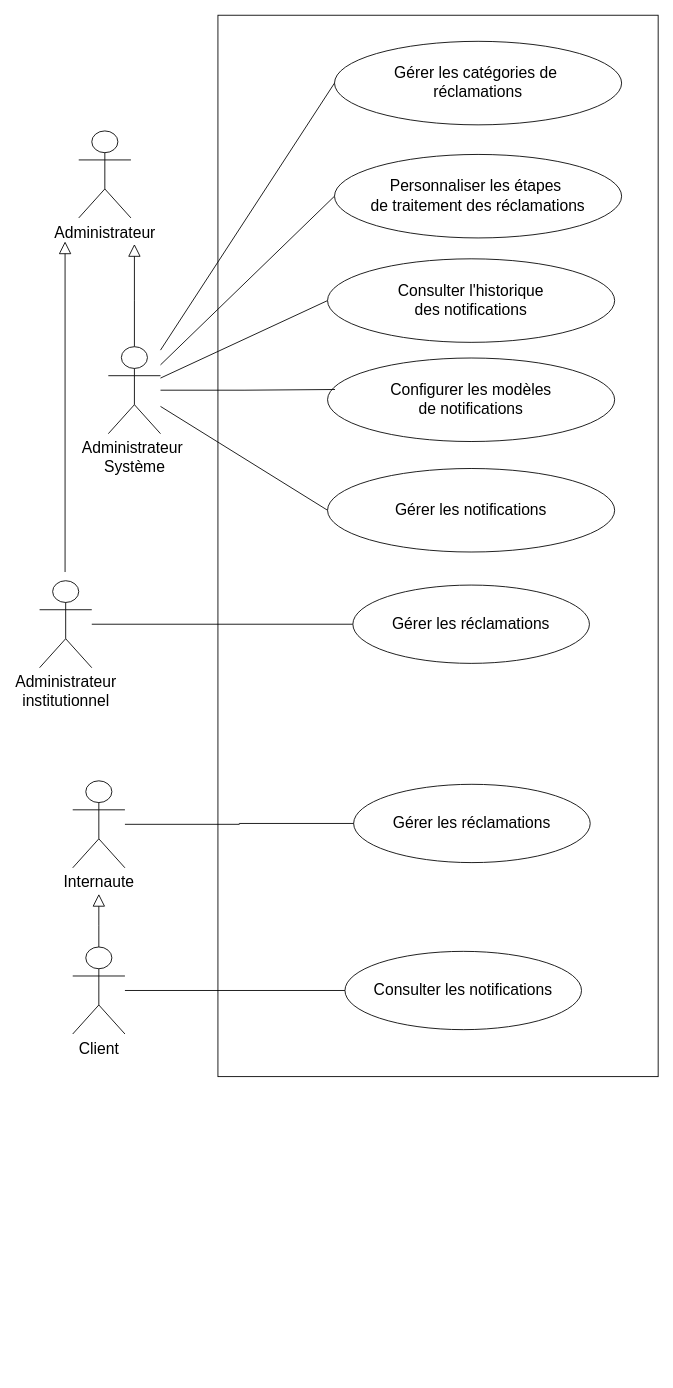
Before: diagramme/sprint4/cas-utilisation-sprint4.drawio in salmaelheni/pfe-salma-ingenieur-rapport, a draw.io diagram. Source tidied: cells renumbered, new cells numbered last; positions are measured from the earlier drawing's top-left corner, leaving out a move shared by most shapes. Both pictures are drawn from the tidied source at 87%, with x=0, y=0 at pixel (39, 15).
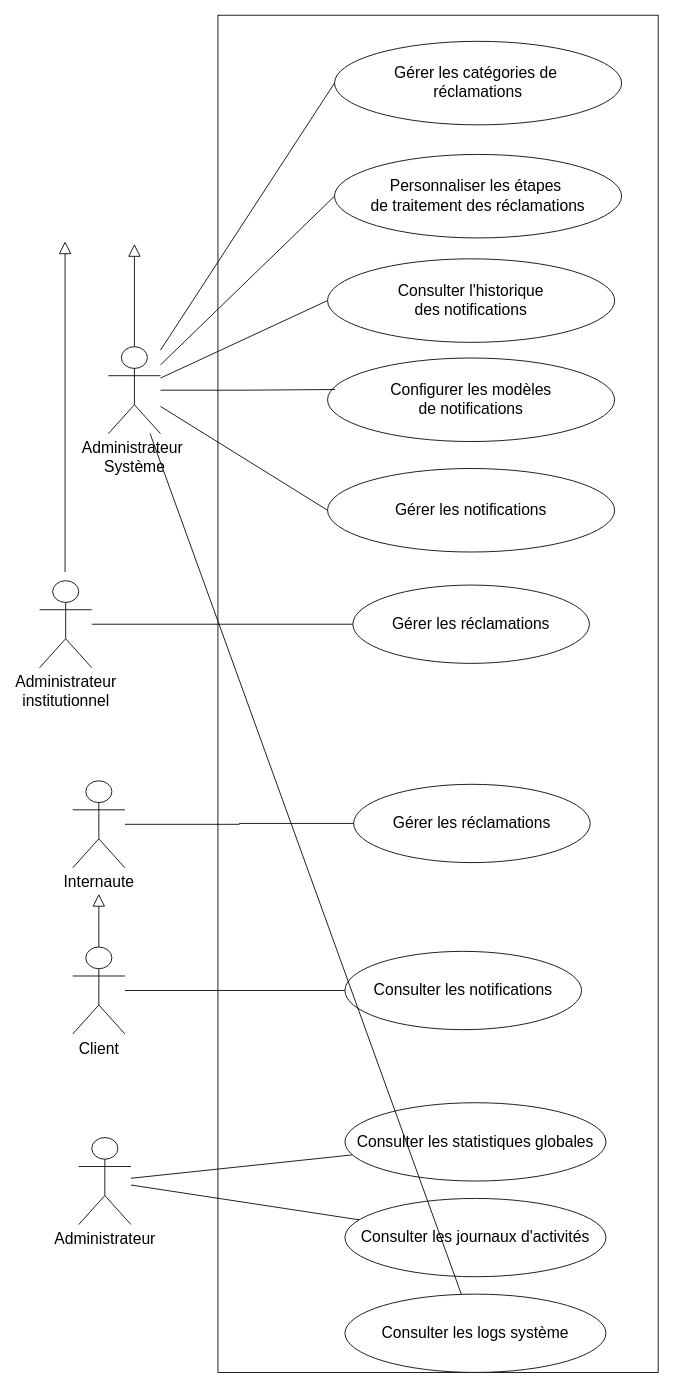
Above is the later version.

Unchanged cells that the change refers to:
```xml
<mxCell id="14" value="&lt;span style=&quot;font-size: 18px;&quot;&gt;Administrateur&amp;nbsp;&lt;/span&gt;&lt;div&gt;&lt;span style=&quot;font-size: 18px;&quot;&gt;Système&lt;/span&gt;&lt;/div&gt;" style="shape=umlActor;verticalLabelPosition=bottom;verticalAlign=top;html=1;outlineConnect=0;labelBackgroundColor=none;" parent="1" vertex="1">
  <mxGeometry x="79" y="381" width="60" height="100" as="geometry" />
</mxCell>
```

Diff of the diagram source:
```diff
@@
     <mxCell id="2" style="rounded=0;whiteSpace=wrap;html=1;" parent="1" vertex="1">
-      <mxGeometry x="205" width="506" height="1220" as="geometry" />
+      <mxGeometry x="205" width="506" height="1560" as="geometry" />
     </mxCell>
@@
     <mxCell id="8" value="&lt;div&gt;&lt;div&gt;&lt;span style=&quot;font-size: 18px;&quot;&gt;Administrateur&lt;/span&gt;&lt;/div&gt;&lt;/div&gt;" style="shape=umlActor;verticalLabelPosition=bottom;verticalAlign=top;html=1;outlineConnect=0;labelBackgroundColor=none;" parent="1" vertex="1">
-      <mxGeometry x="45" y="133" width="60" height="100" as="geometry" />
+      <mxGeometry x="45" y="1290" width="60" height="100" as="geometry" />
     </mxCell>
@@
+    <mxCell id="27" value="&lt;span style=&quot;font-size: 18px;&quot;&gt;Consulter les statistiques globales&lt;/span&gt;" style="ellipse;whiteSpace=wrap;html=1;labelBackgroundColor=none;" parent="1" vertex="1">
+      <mxGeometry x="351" y="1250" width="300" height="90" as="geometry" />
+    </mxCell>
+    <mxCell id="28" value="&lt;span style=&quot;font-size: 18px;&quot;&gt;Consulter les journaux d'activités&lt;/span&gt;" style="ellipse;whiteSpace=wrap;html=1;labelBackgroundColor=none;" parent="1" vertex="1">
+      <mxGeometry x="351" y="1360" width="300" height="90" as="geometry" />
+    </mxCell>
+    <mxCell id="29" value="&lt;span style=&quot;font-size: 18px;&quot;&gt;Consulter les logs système&lt;/span&gt;" style="ellipse;whiteSpace=wrap;html=1;labelBackgroundColor=none;" parent="1" vertex="1">
+      <mxGeometry x="351" y="1470" width="300" height="90" as="geometry" />
+    </mxCell>
+    <mxCell id="30" style="rounded=0;jettySize=auto;html=1;endArrow=none;endFill=0;" parent="1" edge="1" source="8" target="27">
+      <mxGeometry relative="1" as="geometry" />
+    </mxCell>
+    <mxCell id="31" style="rounded=0;jettySize=auto;html=1;endArrow=none;endFill=0;" parent="1" edge="1" source="8" target="28">
+      <mxGeometry relative="1" as="geometry" />
+    </mxCell>
+    <mxCell id="32" style="rounded=0;jettySize=auto;html=1;endArrow=none;endFill=0;" parent="1" edge="1" source="14" target="29">
+      <mxGeometry relative="1" as="geometry" />
+    </mxCell>
```
